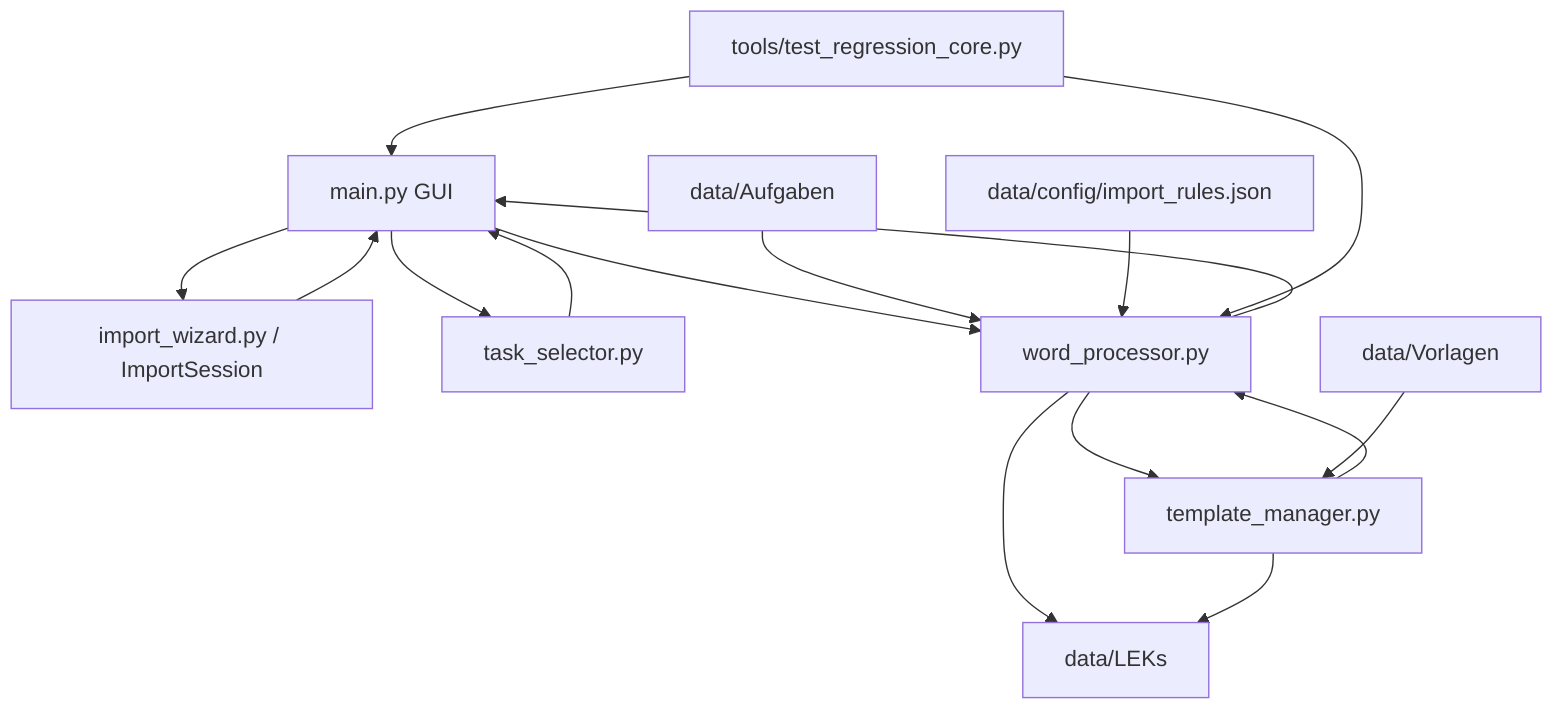
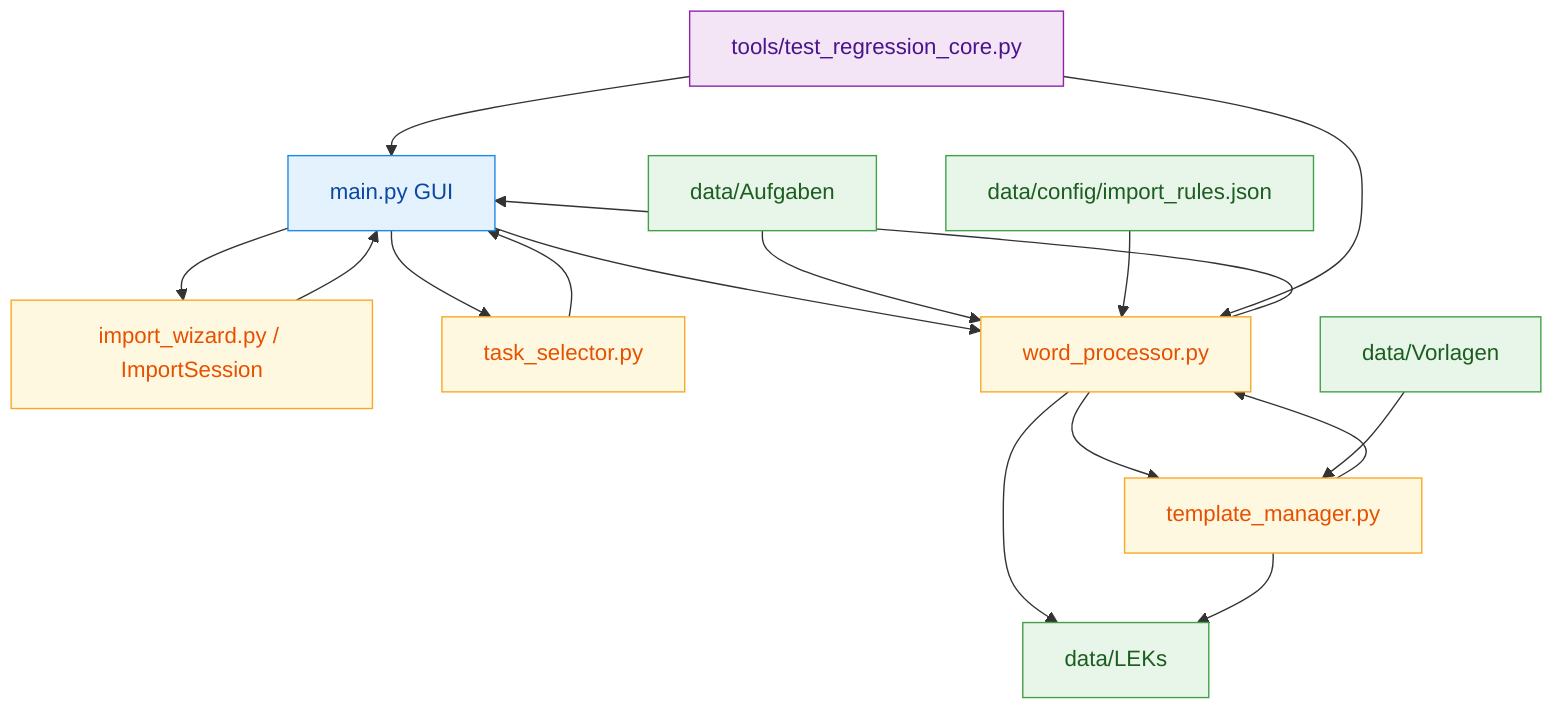
flowchart TB
    A[main.py GUI] --> B[import_wizard.py / ImportSession]
    A --> C[task_selector.py]
    A --> D[word_processor.py]
    D --> E[template_manager.py]

    F[data/Aufgaben] --> D
    G[data/config/import_rules.json] --> D
    H[data/Vorlagen] --> E

    B --> A
    C --> A
    D --> A
    E --> D

    D --> I[data/LEKs]
    E --> I

    J[tools/test_regression_core.py] --> A
    J --> D
+ 
+     classDef ui fill:#E3F2FD,stroke:#1E88E5,color:#0D47A1,stroke-width:1px;
+     classDef process fill:#FFF8E1,stroke:#F9A825,color:#E65100,stroke-width:1px;
+     classDef data fill:#E8F5E9,stroke:#43A047,color:#1B5E20,stroke-width:1px;
+     classDef quality fill:#F3E5F5,stroke:#8E24AA,color:#4A148C,stroke-width:1px;
+     classDef decision fill:#FFEBEE,stroke:#E53935,color:#B71C1C,stroke-width:1px;
+     classDef release fill:#EDE7F6,stroke:#5E35B1,color:#311B92,stroke-width:1px;
+ 
+     class A ui;
+     class B,C,D,E process;
+     class F,G,H,I data;
+     class J quality;
